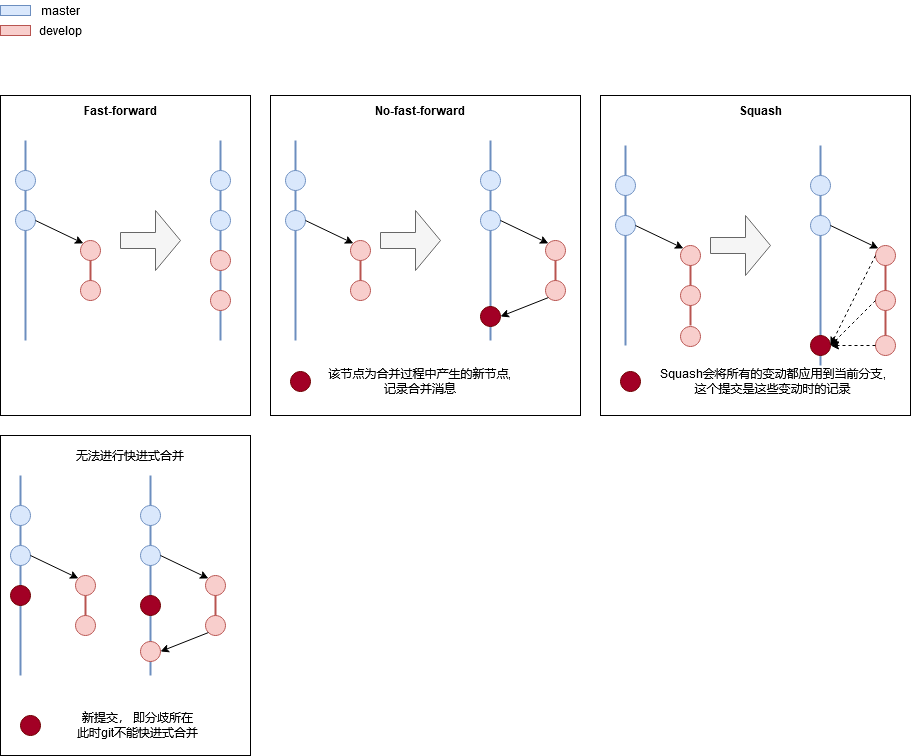
Earlier version of the draw.io export gitBranchModel/waysofMerge.png (alreadytakenn/images). Source tidied: cells renumbered, new cells last; positions are measured from the earlier drawing's top-left corner, leaving out a move shared by most shapes.
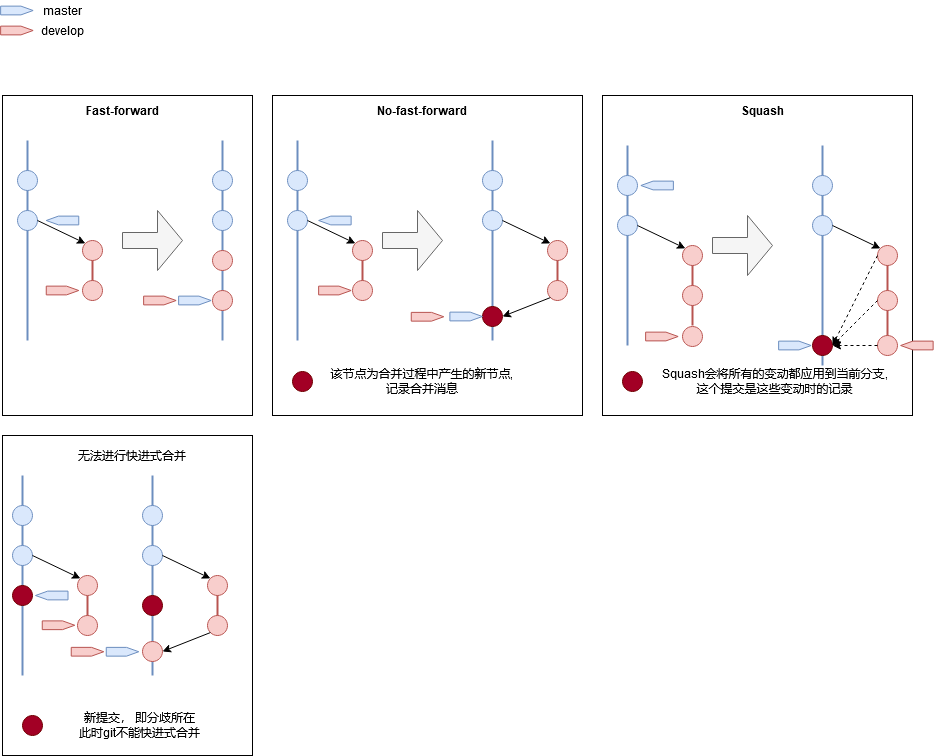
The same file after the commit.

Diff of the diagram source:
```diff
@@ -174,12 +174,6 @@
     <mxCell id="57" value="&lt;div&gt;该节点为合并过程中产生的新节点, &lt;br&gt;&lt;/div&gt;&lt;div&gt;记录合并消息&lt;/div&gt;" style="text;html=1;strokeColor=none;fillColor=none;align=center;verticalAlign=middle;whiteSpace=wrap;rounded=0;" parent="1" vertex="1">
       <mxGeometry x="320" y="371" width="200" height="20" as="geometry" />
     </mxCell>
-    <mxCell id="58" style="rounded=0;whiteSpace=wrap;html=1;fillColor=#dae8fc;strokeColor=#6c8ebf;" parent="1" vertex="1">
-      <mxGeometry y="5" width="30" height="10" as="geometry" />
-    </mxCell>
-    <mxCell id="59" style="rounded=0;whiteSpace=wrap;html=1;fillColor=#f8cecc;strokeColor=#b85450;" parent="1" vertex="1">
-      <mxGeometry y="25" width="30" height="10" as="geometry" />
-    </mxCell>
     <mxCell id="60" value="master" style="text;html=1;strokeColor=none;fillColor=none;align=center;verticalAlign=middle;whiteSpace=wrap;rounded=0;" parent="1" vertex="1">
       <mxGeometry x="40" width="40" height="20" as="geometry" />
     </mxCell>
@@ -273,5 +267,59 @@
     <mxCell id="88" style="ellipse;whiteSpace=wrap;html=1;fillColor=#a20025;strokeColor=#6F0000;fontColor=#ffffff;" parent="1" vertex="1">
       <mxGeometry x="140" y="595" width="20" height="20" as="geometry" />
     </mxCell>
+    <mxCell id="89" style="shape=offPageConnector;whiteSpace=wrap;html=1;rotation=-90;fillColor=#dae8fc;strokeColor=#6c8ebf;" parent="1" vertex="1">
+      <mxGeometry x="10" y="-6.2" width="8.8" height="32.5" as="geometry" />
+    </mxCell>
+    <mxCell id="90" style="shape=offPageConnector;whiteSpace=wrap;html=1;rotation=-90;fillColor=#f8cecc;strokeColor=#b85450;" parent="1" vertex="1">
+      <mxGeometry x="10" y="13.8" width="8.8" height="32.5" as="geometry" />
+    </mxCell>
+    <mxCell id="91" style="shape=offPageConnector;whiteSpace=wrap;html=1;rotation=90;fillColor=#dae8fc;strokeColor=#6c8ebf;" parent="1" vertex="1">
+      <mxGeometry x="55.6" y="203.8" width="8.8" height="32.5" as="geometry" />
+    </mxCell>
+    <mxCell id="92" style="shape=offPageConnector;whiteSpace=wrap;html=1;rotation=-90;fillColor=#dae8fc;strokeColor=#6c8ebf;" parent="1" vertex="1">
+      <mxGeometry x="188" y="283.8" width="8.8" height="32.5" as="geometry" />
+    </mxCell>
+    <mxCell id="93" style="shape=offPageConnector;whiteSpace=wrap;html=1;rotation=-90;fillColor=#f8cecc;strokeColor=#b85450;" parent="1" vertex="1">
+      <mxGeometry x="55.6" y="273.8" width="8.8" height="32.5" as="geometry" />
+    </mxCell>
+    <mxCell id="94" style="shape=offPageConnector;whiteSpace=wrap;html=1;rotation=-90;fillColor=#f8cecc;strokeColor=#b85450;" parent="1" vertex="1">
+      <mxGeometry x="153" y="283.8" width="8.8" height="32.5" as="geometry" />
+    </mxCell>
+    <mxCell id="95" style="shape=offPageConnector;whiteSpace=wrap;html=1;rotation=-90;fillColor=#f8cecc;strokeColor=#b85450;" parent="1" vertex="1">
+      <mxGeometry x="328" y="273.8" width="8.8" height="32.5" as="geometry" />
+    </mxCell>
+    <mxCell id="96" style="shape=offPageConnector;whiteSpace=wrap;html=1;rotation=-90;fillColor=#f8cecc;strokeColor=#b85450;" parent="1" vertex="1">
+      <mxGeometry x="655" y="319.8" width="8.8" height="32.5" as="geometry" />
+    </mxCell>
+    <mxCell id="97" style="shape=offPageConnector;whiteSpace=wrap;html=1;rotation=90;fillColor=#dae8fc;strokeColor=#6c8ebf;" parent="1" vertex="1">
+      <mxGeometry x="328" y="203.8" width="8.8" height="32.5" as="geometry" />
+    </mxCell>
+    <mxCell id="98" style="shape=offPageConnector;whiteSpace=wrap;html=1;rotation=-90;fillColor=#dae8fc;strokeColor=#6c8ebf;" parent="1" vertex="1">
+      <mxGeometry x="459.2" y="299.8" width="8.8" height="32.5" as="geometry" />
+    </mxCell>
+    <mxCell id="99" style="shape=offPageConnector;whiteSpace=wrap;html=1;rotation=-90;fillColor=#f8cecc;strokeColor=#b85450;" parent="1" vertex="1">
+      <mxGeometry x="420.6" y="300" width="8.8" height="32.5" as="geometry" />
+    </mxCell>
+    <mxCell id="100" style="shape=offPageConnector;whiteSpace=wrap;html=1;rotation=90;fillColor=#f8cecc;strokeColor=#b85450;" parent="1" vertex="1">
+      <mxGeometry x="910" y="328.8" width="8.8" height="32.5" as="geometry" />
+    </mxCell>
+    <mxCell id="101" style="shape=offPageConnector;whiteSpace=wrap;html=1;rotation=-90;fillColor=#dae8fc;strokeColor=#6c8ebf;" parent="1" vertex="1">
+      <mxGeometry x="788" y="328.8" width="8.8" height="32.5" as="geometry" />
+    </mxCell>
+    <mxCell id="102" style="shape=offPageConnector;whiteSpace=wrap;html=1;rotation=90;fillColor=#dae8fc;strokeColor=#6c8ebf;" parent="1" vertex="1">
+      <mxGeometry x="650.2" y="168.8" width="8.8" height="32.5" as="geometry" />
+    </mxCell>
+    <mxCell id="103" style="shape=offPageConnector;whiteSpace=wrap;html=1;rotation=90;fillColor=#dae8fc;strokeColor=#6c8ebf;" parent="1" vertex="1">
+      <mxGeometry x="44.9" y="578.8" width="8.8" height="32.5" as="geometry" />
+    </mxCell>
+    <mxCell id="104" style="shape=offPageConnector;whiteSpace=wrap;html=1;rotation=-90;fillColor=#f8cecc;strokeColor=#b85450;" parent="1" vertex="1">
+      <mxGeometry x="51.6" y="608.5" width="8.8" height="32.5" as="geometry" />
+    </mxCell>
+    <mxCell id="105" style="shape=offPageConnector;whiteSpace=wrap;html=1;rotation=-90;fillColor=#dae8fc;strokeColor=#6c8ebf;" parent="1" vertex="1">
+      <mxGeometry x="115.6" y="635" width="8.8" height="32.5" as="geometry" />
+    </mxCell>
+    <mxCell id="106" style="shape=offPageConnector;whiteSpace=wrap;html=1;rotation=-90;fillColor=#f8cecc;strokeColor=#b85450;" parent="1" vertex="1">
+      <mxGeometry x="80.6" y="635" width="8.8" height="32.5" as="geometry" />
+    </mxCell>
   </root>
 </mxGraphModel>
```
